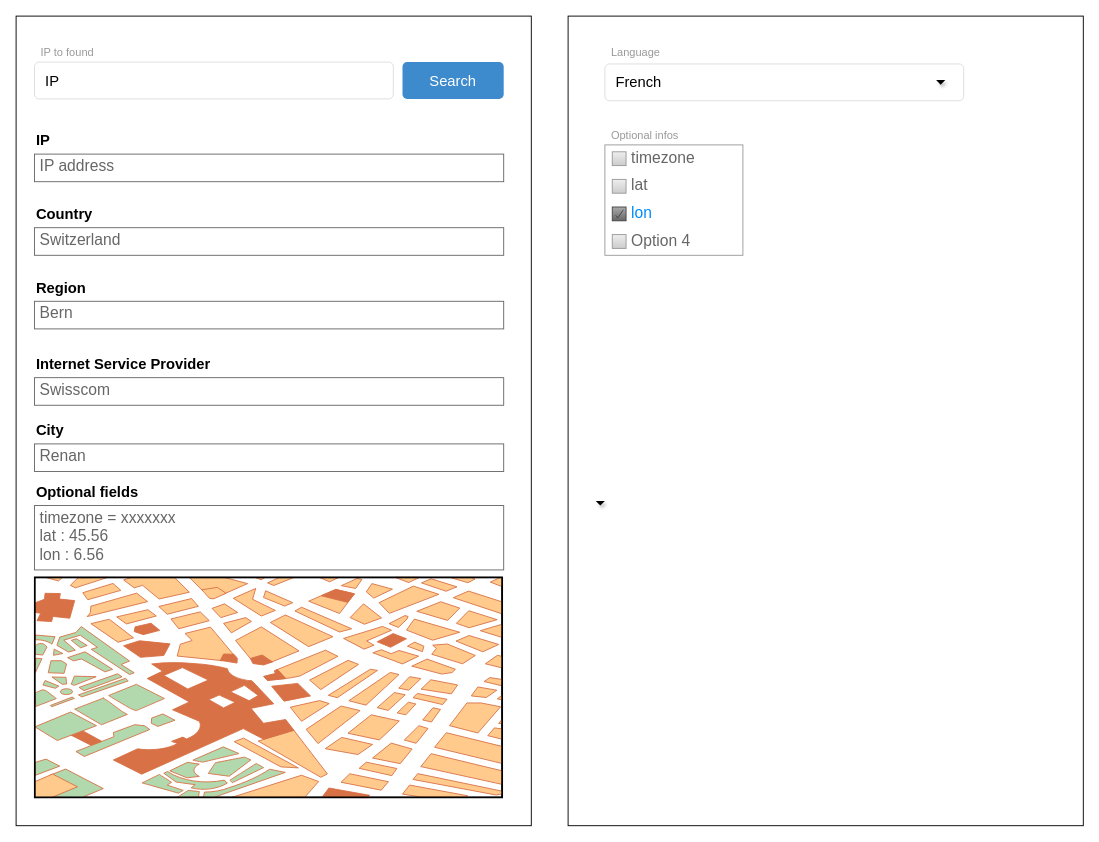
jefschaerz/CAS-DAR_MWS-IPGeolocation keeps this draw.io diagram as page "Main" (1 of 2) of Mockups IPLocator.drawio. Above is the earlier version. Source tidied: cells renumbered, new cells numbered last; positions are measured from the earlier drawing's top-left corner, leaving out a move shared by most shapes. Both pictures are drawn from the tidied source at 92%, with x=0, y=0 at pixel (16, 16).
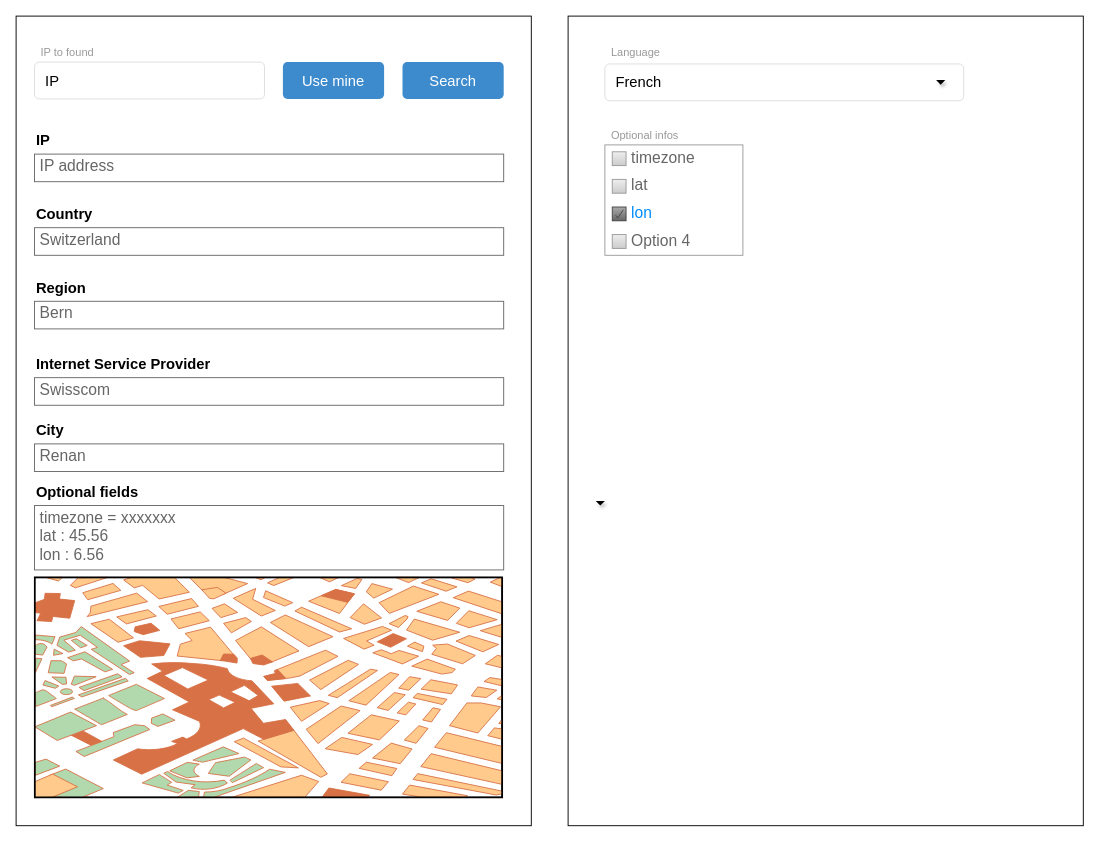
Above is the later version.

The edit, as a diff of the source:
```diff
@@
     <mxCell id="11" value="IP" style="html=1;shadow=0;dashed=0;shape=mxgraph.bootstrap.rrect;rSize=5;strokeColor=#dddddd;align=left;spacingLeft=10;fontSize=16;whiteSpace=wrap;rounded=0;" parent="1" vertex="1">
-      <mxGeometry x="20" y="50" width="390" height="40" as="geometry" />
+      <mxGeometry x="20" y="50" width="250" height="40" as="geometry" />
     </mxCell>
@@
+    <mxCell id="31" value="Use mine" style="html=1;shadow=0;dashed=0;shape=mxgraph.bootstrap.rrect;align=center;rSize=5;strokeColor=none;fillColor=#3D8BCD;fontColor=#ffffff;fontSize=16;whiteSpace=wrap;rounded=0;" parent="1" vertex="1">
+      <mxGeometry x="290" y="50" width="110" height="40" as="geometry" />
+    </mxCell>
```
